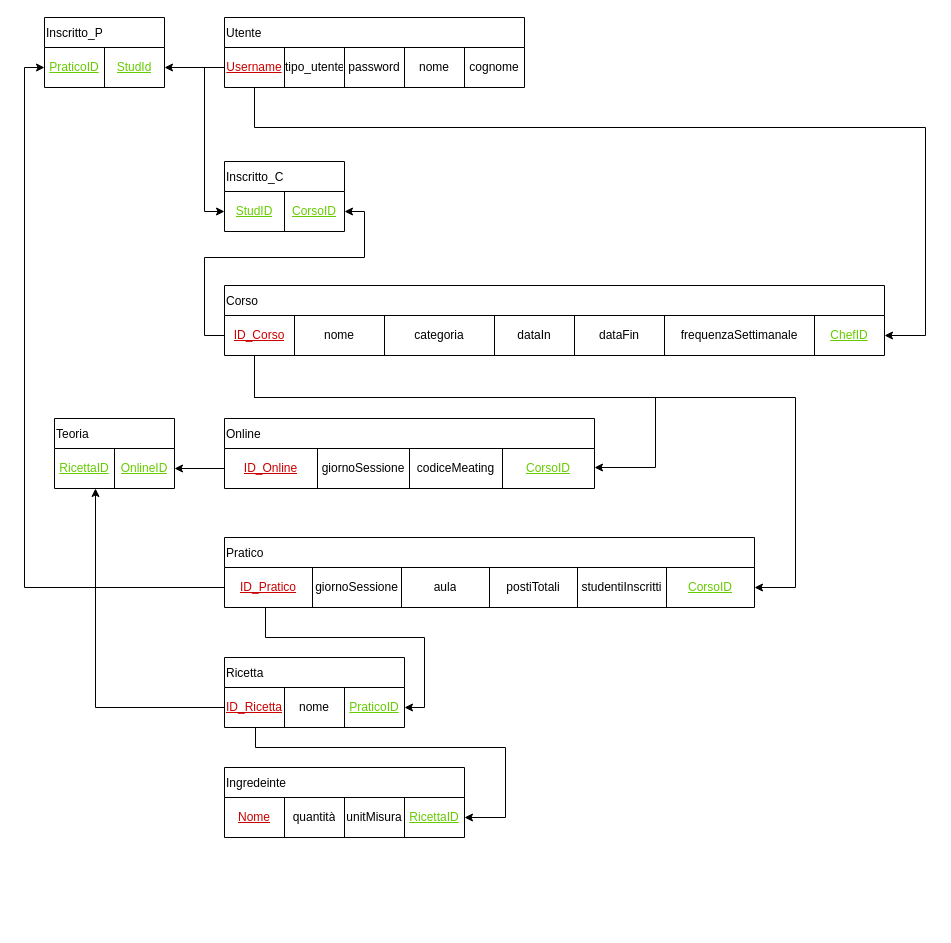
MetisWastaken/UninaFoodLab keeps this draw.io diagram as page "Schema logico" (4 of 4) of bdd/uml/UML1.drawio. Above is the earlier version. Source tidied: cells renumbered, new cells numbered last; positions are measured from the earlier drawing's top-left corner, leaving out a move shared by most shapes. Both pictures are drawn from the tidied source at 100%, with x=0, y=0 at pixel (44, 17).
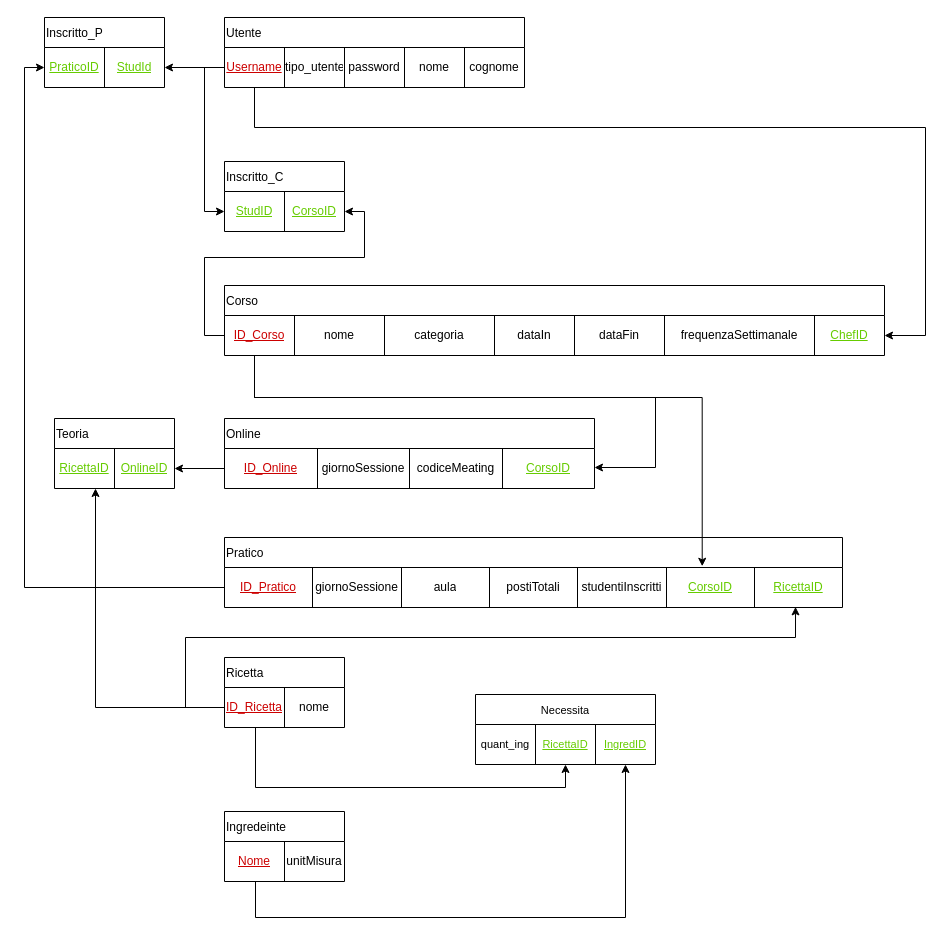
The same diagram, later.

The change refers to these unchanged cells:
```xml
<mxCell id="10" style="shape=tableRow;horizontal=0;startSize=0;swimlaneHead=0;swimlaneBody=0;strokeColor=inherit;top=0;left=0;bottom=0;right=0;fillColor=none;points=[[0,0.5],[1,0.5]];portConstraint=eastwest;" parent="9" vertex="1">
  <mxGeometry y="30" width="660" height="40" as="geometry" />
</mxCell>
```

What changed in the source:
```diff
@@
     <mxCell id="30" value="Pratico" style="shape=table;startSize=30;childLayout=tableLayout;align=left;" parent="1" vertex="1">
-      <mxGeometry x="180" y="520" width="530" height="70" as="geometry" />
+      <mxGeometry x="180" y="520" width="618" height="70" as="geometry" />
     </mxCell>
     <mxCell id="31" style="shape=tableRow;horizontal=0;startSize=0;swimlaneHead=0;swimlaneBody=0;strokeColor=inherit;top=0;left=0;bottom=0;right=0;fillColor=none;points=[[0,0.5],[1,0.5]];portConstraint=eastwest;" parent="30" vertex="1">
-      <mxGeometry y="30" width="530" height="40" as="geometry" />
+      <mxGeometry y="30" width="618" height="40" as="geometry" />
     </mxCell>
@@
+    <mxCell id="54" value="&lt;font style=&quot;color: rgb(102, 204, 0);&quot;&gt;&lt;u&gt;RicettaID&lt;/u&gt;&lt;/font&gt;" style="shape=partialRectangle;html=1;whiteSpace=wrap;strokeColor=inherit;overflow=hidden;fillColor=none;top=0;left=0;bottom=0;right=0;" parent="31" vertex="1">
+      <mxGeometry x="530" width="88" height="40" as="geometry" />
+    </mxCell>
@@
     <mxCell id="44" value="Ricetta" style="shape=table;startSize=30;childLayout=tableLayout;align=left;" parent="1" vertex="1">
-      <mxGeometry x="180" y="640" width="180" height="70" as="geometry" />
+      <mxGeometry x="180" y="640" width="120" height="70" as="geometry" />
     </mxCell>
     <mxCell id="45" style="shape=tableRow;horizontal=0;startSize=0;swimlaneHead=0;swimlaneBody=0;strokeColor=inherit;top=0;left=0;bottom=0;right=0;fillColor=none;points=[[0,0.5],[1,0.5]];portConstraint=eastwest;" parent="44" vertex="1">
-      <mxGeometry y="30" width="180" height="40" as="geometry" />
+      <mxGeometry y="30" width="120" height="40" as="geometry" />
     </mxCell>
@@
-    <mxCell id="48" value="&lt;font style=&quot;color: rgb(102, 204, 0);&quot;&gt;&lt;u&gt;PraticoID&lt;/u&gt;&lt;/font&gt;" style="shape=partialRectangle;html=1;whiteSpace=wrap;strokeColor=inherit;overflow=hidden;fillColor=none;top=0;left=0;bottom=0;right=0;" parent="45" vertex="1">
-      <mxGeometry x="120" width="60" height="40" as="geometry" />
-    </mxCell>
     <mxCell id="49" value="Ingredeinte" style="shape=table;startSize=30;childLayout=tableLayout;align=left;" parent="1" vertex="1">
-      <mxGeometry x="180" y="750" width="240" height="70" as="geometry" />
+      <mxGeometry x="180" y="794" width="120" height="70" as="geometry" />
     </mxCell>
     <mxCell id="50" style="shape=tableRow;horizontal=0;startSize=0;swimlaneHead=0;swimlaneBody=0;strokeColor=inherit;top=0;left=0;bottom=0;right=0;fillColor=none;points=[[0,0.5],[1,0.5]];portConstraint=eastwest;" parent="49" vertex="1">
-      <mxGeometry y="30" width="240" height="40" as="geometry" />
+      <mxGeometry y="30" width="120" height="40" as="geometry" />
     </mxCell>
@@
-    <mxCell id="52" value="quantità" style="shape=partialRectangle;html=1;whiteSpace=wrap;strokeColor=inherit;overflow=hidden;fillColor=none;top=0;left=0;bottom=0;right=0;" parent="50" vertex="1">
+    <mxCell id="52" value="unitMisura" style="shape=partialRectangle;html=1;whiteSpace=wrap;strokeColor=inherit;overflow=hidden;fillColor=none;top=0;left=0;bottom=0;right=0;" parent="50" vertex="1">
       <mxGeometry x="60" width="60" height="40" as="geometry" />
     </mxCell>
-    <mxCell id="53" value="unitMisura" style="shape=partialRectangle;html=1;whiteSpace=wrap;strokeColor=inherit;overflow=hidden;fillColor=none;top=0;left=0;bottom=0;right=0;" parent="50" vertex="1">
-      <mxGeometry x="120" width="60" height="40" as="geometry" />
-    </mxCell>
-    <mxCell id="54" value="&lt;font style=&quot;color: rgb(102, 204, 0);&quot;&gt;&lt;u&gt;RicettaID&lt;/u&gt;&lt;/font&gt;" style="shape=partialRectangle;html=1;whiteSpace=wrap;strokeColor=inherit;overflow=hidden;fillColor=none;top=0;left=0;bottom=0;right=0;" parent="50" vertex="1">
-      <mxGeometry x="180" width="60" height="40" as="geometry" />
-    </mxCell>
@@
-    <mxCell id="58" style="edgeStyle=orthogonalEdgeStyle;rounded=0;jettySize=auto;html=1;entryX=1;entryY=0.5;entryDx=0;entryDy=0;" parent="1" edge="1" source="10" target="31">
+    <mxCell id="58" style="edgeStyle=orthogonalEdgeStyle;rounded=0;jettySize=auto;html=1;entryX=0.773;entryY=-0.031;entryDx=0;entryDy=0;entryPerimeter=0;" parent="1" edge="1" source="10" target="31">
       <mxGeometry relative="1" as="geometry">
         <Array as="points">
           <mxPoint x="210" y="380" />
-          <mxPoint x="751" y="380" />
-          <mxPoint x="751" y="570" />
+          <mxPoint x="658" y="380" />
         </Array>
       </mxGeometry>
     </mxCell>
@@
-    <mxCell id="64" style="edgeStyle=orthogonalEdgeStyle;rounded=0;jettySize=auto;html=1;" parent="1" edge="1" source="31" target="45">
-      <mxGeometry relative="1" as="geometry">
-        <Array as="points">
-          <mxPoint x="221" y="620" />
-          <mxPoint x="380" y="620" />
-          <mxPoint x="380" y="690" />
-        </Array>
-      </mxGeometry>
-    </mxCell>
-    <mxCell id="65" style="edgeStyle=orthogonalEdgeStyle;rounded=0;jettySize=auto;html=1;entryX=1;entryY=0.5;entryDx=0;entryDy=0;" parent="1" edge="1" source="45" target="50">
-      <mxGeometry relative="1" as="geometry">
-        <Array as="points">
-          <mxPoint x="211" y="730" />
-          <mxPoint x="461" y="730" />
-          <mxPoint x="461" y="800" />
-        </Array>
-      </mxGeometry>
-    </mxCell>
+    <mxCell id="66" value="Necessita" style="shape=table;startSize=30;childLayout=tableLayout;fontFamily=Helvetica;fontSize=11;fontColor=default;labelBackgroundColor=default;" parent="1" vertex="1">
+      <mxGeometry x="431" y="677" width="180" height="70" as="geometry" />
+    </mxCell>
+    <mxCell id="67" style="shape=tableRow;horizontal=0;startSize=0;swimlaneHead=0;swimlaneBody=0;strokeColor=inherit;top=0;left=0;bottom=0;right=0;fillColor=none;points=[[0,0.5],[1,0.5]];portConstraint=eastwest;fontFamily=Helvetica;fontSize=11;fontColor=default;labelBackgroundColor=default;" parent="66" vertex="1">
+      <mxGeometry y="30" width="180" height="40" as="geometry" />
+    </mxCell>
+    <mxCell id="68" value="quant_ing" style="shape=partialRectangle;html=1;whiteSpace=wrap;strokeColor=inherit;overflow=hidden;fillColor=none;top=0;left=0;bottom=0;right=0;fontFamily=Helvetica;fontSize=11;fontColor=default;labelBackgroundColor=default;" parent="67" vertex="1">
+      <mxGeometry width="60" height="40" as="geometry" />
+    </mxCell>
+    <mxCell id="69" value="&lt;font style=&quot;color: rgb(102, 204, 0);&quot;&gt;&lt;u&gt;RicettaID&lt;/u&gt;&lt;/font&gt;" style="shape=partialRectangle;html=1;whiteSpace=wrap;strokeColor=inherit;overflow=hidden;fillColor=none;top=0;left=0;bottom=0;right=0;fontFamily=Helvetica;fontSize=11;fontColor=default;labelBackgroundColor=default;" parent="67" vertex="1">
+      <mxGeometry x="60" width="60" height="40" as="geometry" />
+    </mxCell>
+    <mxCell id="70" value="&lt;font style=&quot;color: rgb(102, 204, 0);&quot;&gt;&lt;u&gt;IngredID&lt;/u&gt;&lt;/font&gt;" style="shape=partialRectangle;html=1;whiteSpace=wrap;strokeColor=inherit;overflow=hidden;fillColor=none;top=0;left=0;bottom=0;right=0;fontFamily=Helvetica;fontSize=11;fontColor=default;labelBackgroundColor=default;" parent="67" vertex="1">
+      <mxGeometry x="120" width="60" height="40" as="geometry" />
+    </mxCell>
+    <mxCell id="71" style="edgeStyle=orthogonalEdgeStyle;shape=connector;rounded=0;jettySize=auto;html=1;strokeColor=default;align=center;verticalAlign=middle;fontFamily=Helvetica;fontSize=11;fontColor=default;labelBackgroundColor=default;endArrow=classic;" parent="1" edge="1" source="50" target="67">
+      <mxGeometry relative="1" as="geometry">
+        <Array as="points">
+          <mxPoint x="211" y="900" />
+          <mxPoint x="581" y="900" />
+        </Array>
+      </mxGeometry>
+    </mxCell>
+    <mxCell id="72" style="edgeStyle=orthogonalEdgeStyle;shape=connector;rounded=0;jettySize=auto;html=1;strokeColor=default;align=center;verticalAlign=middle;fontFamily=Helvetica;fontSize=11;fontColor=default;labelBackgroundColor=default;endArrow=classic;" parent="1" edge="1" source="45" target="67">
+      <mxGeometry relative="1" as="geometry">
+        <Array as="points">
+          <mxPoint x="211" y="770" />
+          <mxPoint x="521" y="770" />
+        </Array>
+      </mxGeometry>
+    </mxCell>
+    <mxCell id="73" style="edgeStyle=orthogonalEdgeStyle;shape=connector;rounded=0;jettySize=auto;html=1;entryX=0.924;entryY=0.985;entryDx=0;entryDy=0;entryPerimeter=0;strokeColor=default;align=center;verticalAlign=middle;fontFamily=Helvetica;fontSize=11;fontColor=default;labelBackgroundColor=default;endArrow=classic;" parent="1" edge="1" source="45" target="31">
+      <mxGeometry relative="1" as="geometry">
+        <Array as="points">
+          <mxPoint x="141" y="690" />
+          <mxPoint x="141" y="620" />
+          <mxPoint x="751" y="620" />
+        </Array>
+      </mxGeometry>
+    </mxCell>
```
